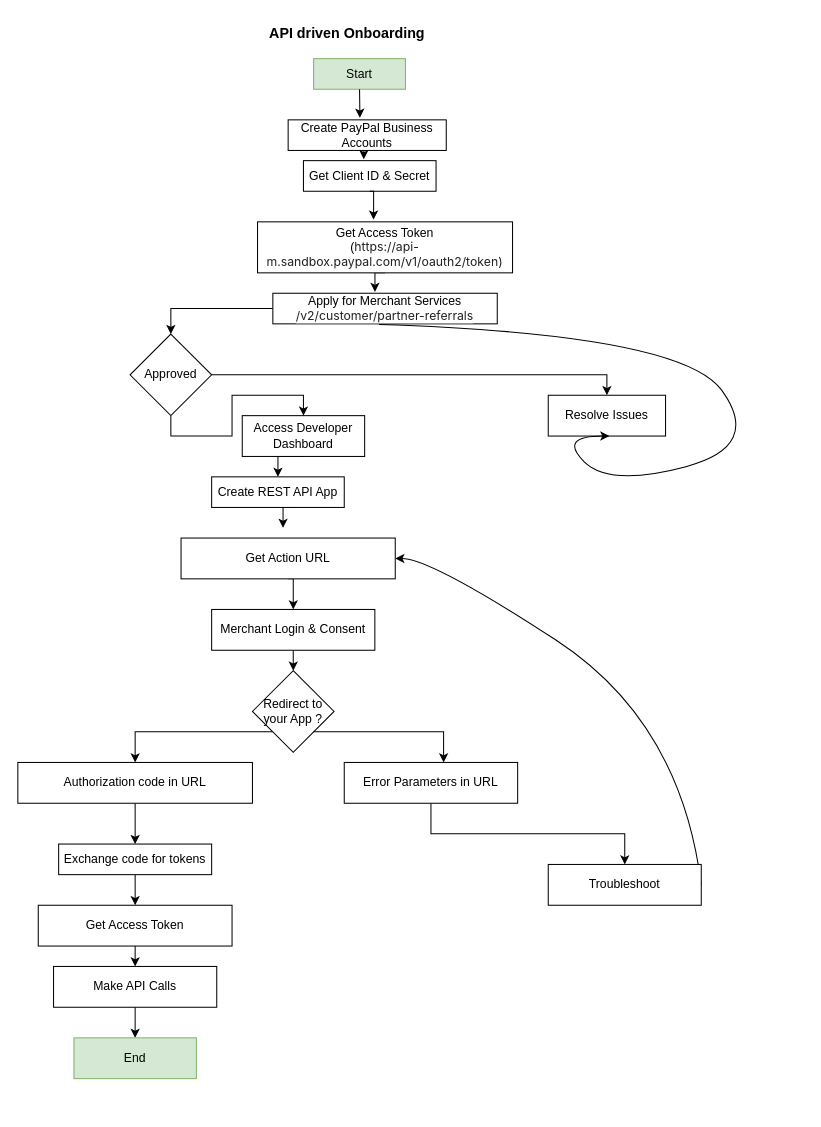
rajneeshpatel07/payal-payments keeps this draw.io diagram as page "API_driven_Onboarding" (1 of 2) of flow-charts/paypal-merchant-onboarding.drawio. Above is the earlier version. Source tidied: cells renumbered, new cells numbered last; positions are measured from the earlier drawing's top-left corner, leaving out a move shared by most shapes. Both pictures are drawn from the tidied source at 102%, with x=0, y=0 at pixel (17, 17).
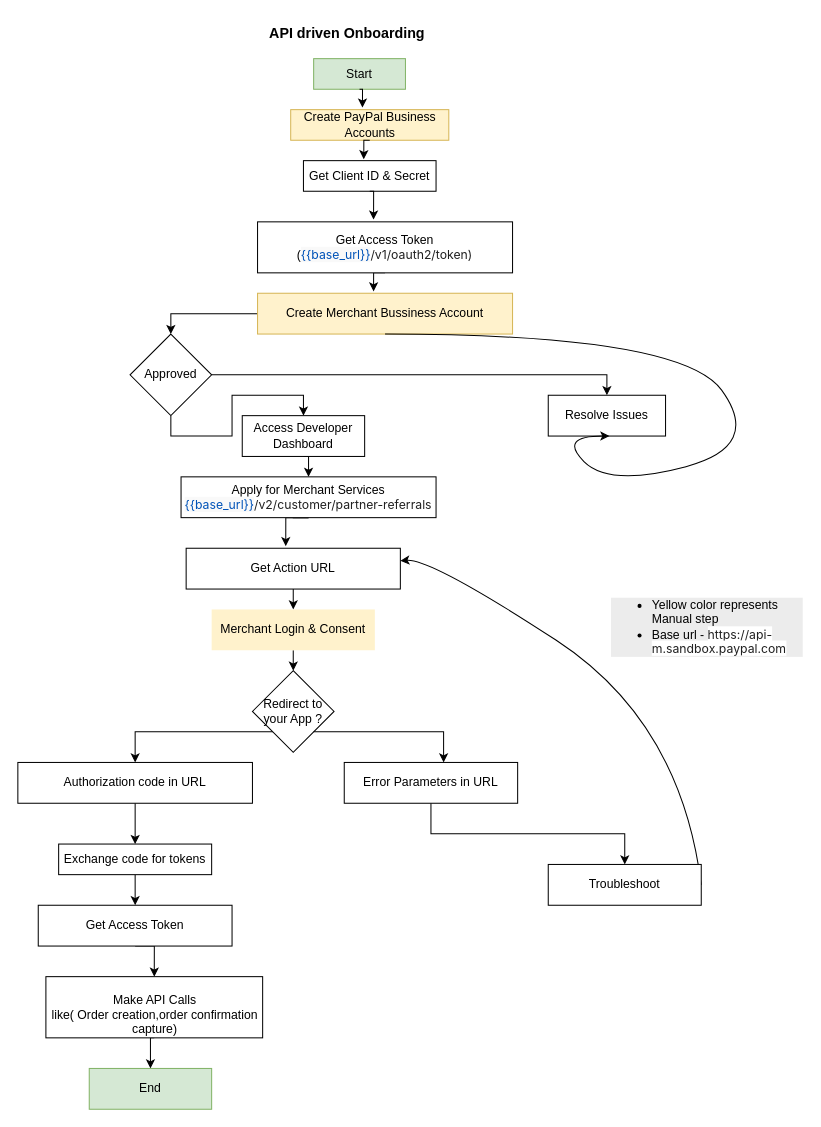
The same diagram, later.

Diff of the diagram source:
```diff
@@
-    <mxCell id="4" value="Create PayPal Business Accounts" style="rounded=0;whiteSpace=wrap;html=1;" parent="1" vertex="1">
-      <mxGeometry x="265" y="100" width="155" height="30" as="geometry" />
+    <mxCell id="4" value="Create PayPal Business Accounts" style="rounded=0;whiteSpace=wrap;html=1;fillColor=#fff2cc;strokeColor=#d6b656;" parent="1" vertex="1">
+      <mxGeometry x="267.5" y="90" width="155" height="30" as="geometry" />
     </mxCell>
@@
-    <mxCell id="6" value="Apply for Merchant Services&lt;br&gt;&lt;span style=&quot;color: rgb(33, 33, 33); font-family: Inter, system-ui, -apple-system, BlinkMacSystemFont, &amp;quot;Segoe UI&amp;quot;, Roboto, Oxygen, Ubuntu, Cantarell, &amp;quot;Fira Sans&amp;quot;, &amp;quot;Droid Sans&amp;quot;, Helvetica, Arial, sans-serif; text-align: left; white-space-collapse: preserve; background-color: rgb(255, 255, 255);&quot;&gt;/v2/customer/partner-referrals&lt;/span&gt;" style="rounded=0;whiteSpace=wrap;html=1;" parent="1" vertex="1">
-      <mxGeometry x="250" y="270" width="220" height="30" as="geometry" />
+    <mxCell id="6" value="Create Merchant Bussiness Account" style="rounded=0;whiteSpace=wrap;html=1;fillColor=#fff2cc;strokeColor=#d6b656;" parent="1" vertex="1">
+      <mxGeometry x="235" y="270" width="250" height="40" as="geometry" />
     </mxCell>
@@
     <mxCell id="17" value="Get Action URL" style="rounded=0;whiteSpace=wrap;html=1;" parent="1" vertex="1">
-      <mxGeometry x="160" y="510" width="210" height="40" as="geometry" />
+      <mxGeometry x="165" y="520" width="210" height="40" as="geometry" />
     </mxCell>
@@
-    <mxCell id="19" value="Merchant Login &amp;amp; Consent" style="rounded=0;whiteSpace=wrap;html=1;" parent="1" vertex="1">
+    <mxCell id="19" value="&lt;span&gt;Merchant Login &amp;amp; Consent&lt;/span&gt;" style="rounded=0;whiteSpace=wrap;html=1;fillColor=#fff2cc;strokeColor=none;" parent="1" vertex="1">
       <mxGeometry x="190" y="580" width="160" height="40" as="geometry" />
     </mxCell>
@@
-    <mxCell id="27" value="Make API Calls" style="rounded=0;whiteSpace=wrap;html=1;" parent="1" vertex="1">
-      <mxGeometry x="35" y="930" width="160" height="40" as="geometry" />
+    <mxCell id="27" value="&lt;br&gt;Make API Calls&lt;br&gt;like( Order creation,order confirmation capture)" style="rounded=0;whiteSpace=wrap;html=1;" parent="1" vertex="1">
+      <mxGeometry x="27.5" y="940" width="212.5" height="60" as="geometry" />
     </mxCell>
     <mxCell id="28" value="End" style="rounded=0;whiteSpace=wrap;html=1;fillColor=#d5e8d4;strokeColor=#82b366;" parent="1" vertex="1">
-      <mxGeometry x="55" y="1000" width="120" height="40" as="geometry" />
+      <mxGeometry x="70" y="1030" width="120" height="40" as="geometry" />
     </mxCell>
@@
-    <mxCell id="38" style="edgeStyle=orthogonalEdgeStyle;rounded=0;jettySize=auto;html=1;exitX=0.5;exitY=1;exitDx=0;exitDy=0;entryX=0.5;entryY=0;entryDx=0;entryDy=0;" parent="1" edge="1" source="40">
-      <mxGeometry relative="1" as="geometry">
-        <mxPoint x="260" y="500" as="targetPoint" />
-      </mxGeometry>
+    <mxCell id="38" style="edgeStyle=orthogonalEdgeStyle;rounded=0;jettySize=auto;html=1;exitX=0.5;exitY=1;exitDx=0;exitDy=0;entryX=0.465;entryY=-0.05;entryDx=0;entryDy=0;entryPerimeter=0;" parent="1" edge="1" source="40" target="17">
+      <mxGeometry relative="1" as="geometry" />
     </mxCell>
@@
-    <mxCell id="40" value="Create REST API App" style="rounded=0;whiteSpace=wrap;html=1;" parent="1" vertex="1">
-      <mxGeometry x="190" y="450" width="130" height="30" as="geometry" />
+    <mxCell id="40" value="Apply for Merchant Services&lt;br&gt;&lt;span style=&quot;white-space-collapse: preserve; color: rgb(33, 33, 33); font-family: Inter, system-ui, -apple-system, BlinkMacSystemFont, &amp;quot;Segoe UI&amp;quot;, Roboto, Oxygen, Ubuntu, Cantarell, &amp;quot;Fira Sans&amp;quot;, &amp;quot;Droid Sans&amp;quot;, Helvetica, Arial, sans-serif; text-align: left; background-color: rgb(255, 255, 255);&quot;&gt;&lt;span style=&quot;color: rgb(0, 83, 184); background-color: rgb(249, 249, 249);&quot;&gt;{{base_url}}&lt;/span&gt;/v2/customer/partner-referrals&lt;/span&gt;" style="rounded=0;whiteSpace=wrap;html=1;" parent="1" vertex="1">
+      <mxGeometry x="160" y="450" width="250" height="40" as="geometry" />
     </mxCell>
@@
-    <mxCell id="42" value="Get Access Token &lt;br&gt;(&lt;span style=&quot;color: rgb(33, 33, 33); font-family: Inter, system-ui, -apple-system, BlinkMacSystemFont, &amp;quot;Segoe UI&amp;quot;, Roboto, Oxygen, Ubuntu, Cantarell, &amp;quot;Fira Sans&amp;quot;, &amp;quot;Droid Sans&amp;quot;, Helvetica, Arial, sans-serif; text-align: left; white-space-collapse: preserve; background-color: rgb(255, 255, 255);&quot;&gt;https://api-m.sandbox.paypal.com&lt;/span&gt;&lt;span style=&quot;color: rgb(33, 33, 33); font-family: Inter, system-ui, -apple-system, BlinkMacSystemFont, &amp;quot;Segoe UI&amp;quot;, Roboto, Oxygen, Ubuntu, Cantarell, &amp;quot;Fira Sans&amp;quot;, &amp;quot;Droid Sans&amp;quot;, Helvetica, Arial, sans-serif; text-align: left; white-space-collapse: preserve; background-color: rgb(255, 255, 255);&quot;&gt;/v1/oauth2/token)&lt;/span&gt;" style="rounded=0;whiteSpace=wrap;html=1;" parent="1" vertex="1">
+    <mxCell id="42" value="Get Access Token &lt;br&gt;(&lt;span style=&quot;color: rgb(33, 33, 33); font-family: Inter, system-ui, -apple-system, BlinkMacSystemFont, &amp;quot;Segoe UI&amp;quot;, Roboto, Oxygen, Ubuntu, Cantarell, &amp;quot;Fira Sans&amp;quot;, &amp;quot;Droid Sans&amp;quot;, Helvetica, Arial, sans-serif; text-align: left; white-space-collapse: preserve; background-color: rgb(255, 255, 255);&quot;&gt;&lt;span style=&quot;color: rgb(0, 83, 184); background-color: rgb(249, 249, 249);&quot;&gt;{{base_url}}&lt;/span&gt;/v1/oauth2/token)&lt;/span&gt;" style="rounded=0;whiteSpace=wrap;html=1;" parent="1" vertex="1">
       <mxGeometry x="235" y="200" width="250" height="50" as="geometry" />
     </mxCell>
-    <mxCell id="43" style="curved=1;endArrow=classic;html=1;rounded=0;exitX=0.473;exitY=1.022;exitDx=0;exitDy=0;exitPerimeter=0;" parent="1" edge="1" source="6">
+    <mxCell id="43" style="curved=1;endArrow=classic;html=1;rounded=0;" parent="1" edge="1">
       <mxGeometry relative="1" as="geometry">
+        <mxPoint x="360" y="310" as="sourcePoint" />
         <mxPoint x="580" y="410" as="targetPoint" />
         <Array as="points">
           <mxPoint x="650" y="310" />
           <mxPoint x="730" y="420" />
           <mxPoint x="580" y="460" />
           <mxPoint x="530" y="410" />
         </Array>
       </mxGeometry>
     </mxCell>
+    <mxCell id="44" value="&lt;ul style=&quot;forced-color-adjust: none; color: rgb(0, 0, 0); font-family: Helvetica; font-size: 12px; font-style: normal; font-variant-ligatures: normal; font-variant-caps: normal; font-weight: 400; letter-spacing: normal; orphans: 2; text-align: left; text-indent: 0px; text-transform: none; widows: 2; word-spacing: 0px; -webkit-text-stroke-width: 0px; white-space: normal; background-color: rgb(236, 236, 236); text-decoration-thickness: initial; text-decoration-style: initial; text-decoration-color: initial;&quot;&gt;&lt;li style=&quot;forced-color-adjust: none;&quot;&gt;Yellow color represents Manual step&lt;/li&gt;&lt;li style=&quot;forced-color-adjust: none;&quot;&gt;Base url -&amp;nbsp;&lt;span style=&quot;color: rgb(33, 33, 33); font-family: Inter, system-ui, -apple-system, BlinkMacSystemFont, &amp;quot;Segoe UI&amp;quot;, Roboto, Oxygen, Ubuntu, Cantarell, &amp;quot;Fira Sans&amp;quot;, &amp;quot;Droid Sans&amp;quot;, Helvetica, Arial, sans-serif; white-space-collapse: preserve; background-color: rgb(255, 255, 255);&quot;&gt;https://api-m.sandbox.paypal.com&lt;/span&gt;&lt;/li&gt;&lt;/ul&gt;&lt;div&gt;&amp;nbsp; &amp;nbsp;&lt;/div&gt;&lt;div&gt;&amp;nbsp; &amp;nbsp;&lt;/div&gt;" style="text;whiteSpace=wrap;html=1;" parent="1" vertex="1">
+      <mxGeometry x="580" y="550" width="190" height="110" as="geometry" />
+    </mxCell>
```
